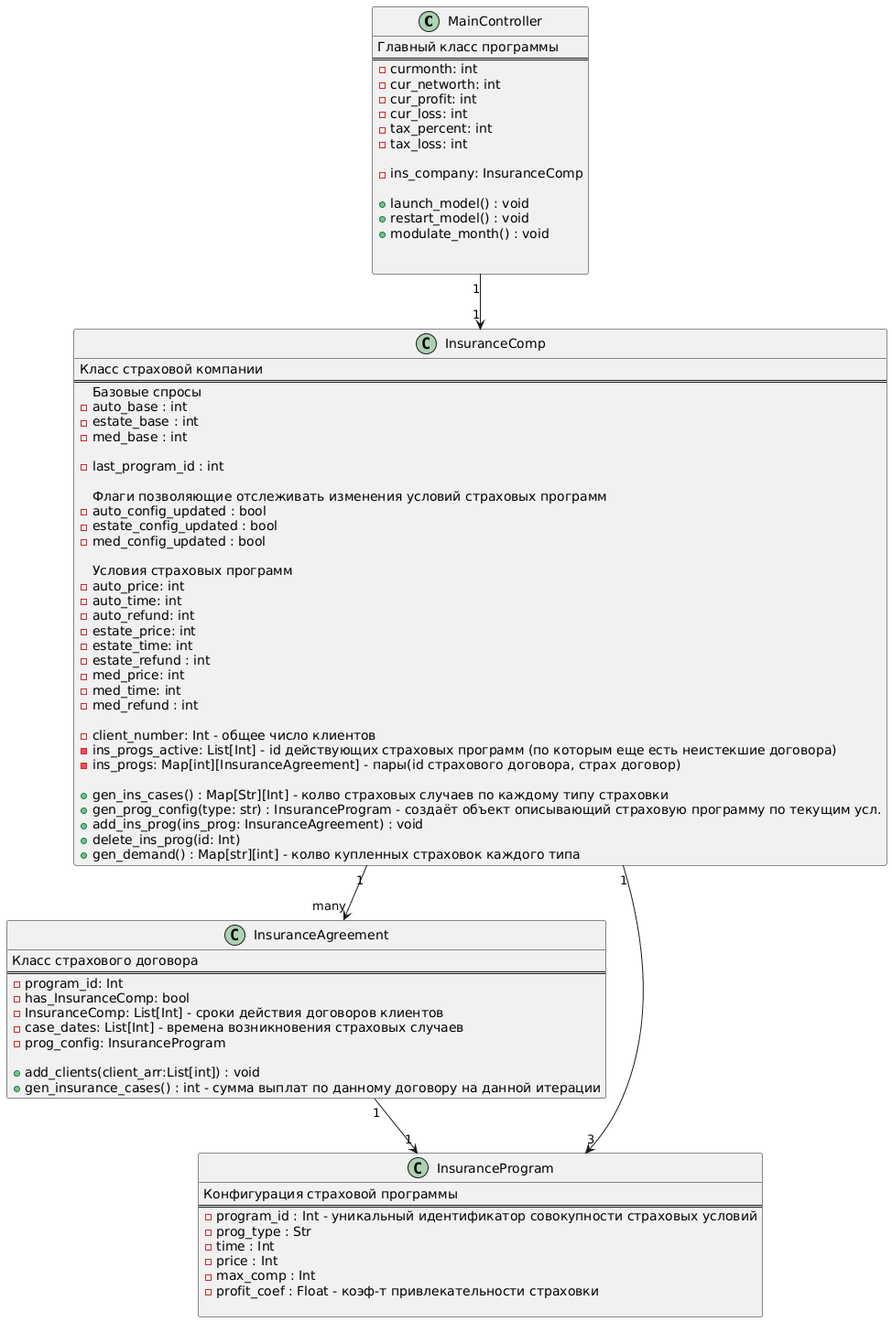
Earlier version of the PlantUML export diagram_image.png (grishchenkoalexey2004/prac_8th_term).
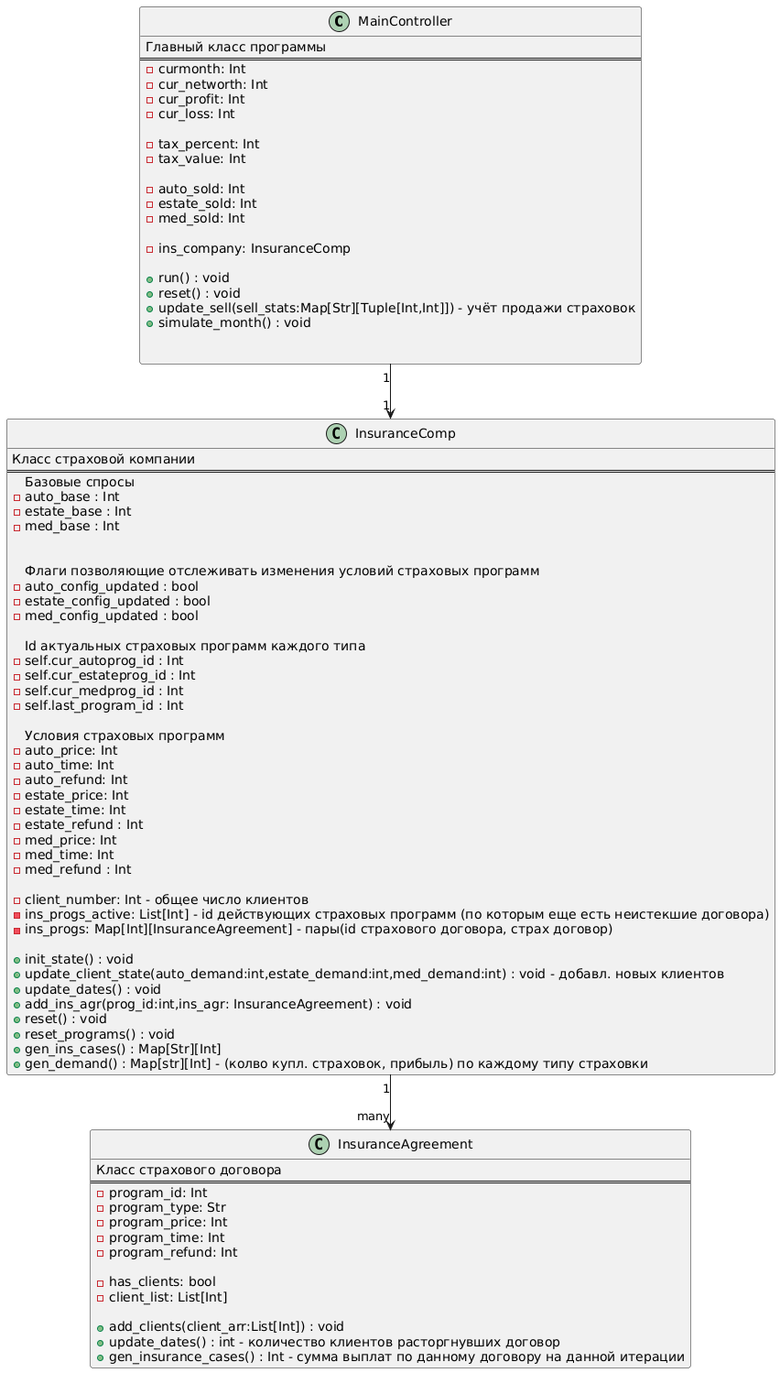
After the change.

Commit message:
Updated diagram code and screenshot

Diff of the diagram source:
```diff
@@ -2,18 +2,24 @@
 class MainController {
 Главный класс программы
 ==
-    - curmonth: int
-    - cur_networth: int
-    - cur_profit: int
-    - cur_loss: int
-    - tax_percent: int
-    - tax_loss: int
+    - curmonth: Int
+    - cur_networth: Int
+    - cur_profit: Int
+    - cur_loss: Int
+
+    - tax_percent: Int
+    - tax_value: Int
+
+    - auto_sold: Int
+    - estate_sold: Int
+    - med_sold: Int
 
     - ins_company: InsuranceComp
 
-    + launch_model() : void
-    + restart_model() : void
-    + modulate_month() : void
+    + run() : void
+    + reset() : void
+    + update_sell(sell_stats:Map[Str][Tuple[Int,Int]]) - учёт продажи страховок
+    + simulate_month() : void
 
 
 }
@@ -22,37 +28,45 @@
 Класс страховой компании
 ==
     Базовые спросы
-    - auto_base : int
-    - estate_base : int
-    - med_base : int
+    - auto_base : Int
+    - estate_base : Int
+    - med_base : Int
 
-    - last_program_id : int
 
     Флаги позволяющие отслеживать изменения условий страховых программ
     - auto_config_updated : bool
     - estate_config_updated : bool
     - med_config_updated : bool
 
+    Id актуальных страховых программ каждого типа
+    - self.cur_autoprog_id : Int
+    - self.cur_estateprog_id : Int
+    - self.cur_medprog_id : Int
+    - self.last_program_id : Int
+
     Условия страховых программ
-    - auto_price: int
-    - auto_time: int
-    - auto_refund: int
-    - estate_price: int
-    - estate_time: int
-    - estate_refund : int
-    - med_price: int
-    - med_time: int
-    - med_refund : int
+    - auto_price: Int
+    - auto_time: Int
+    - auto_refund: Int
+    - estate_price: Int
+    - estate_time: Int
+    - estate_refund : Int
+    - med_price: Int
+    - med_time: Int
+    - med_refund : Int
 
     - client_number: Int - общее число клиентов
     - ins_progs_active: List[Int] - id действующих страховых программ (по которым еще есть неистекшие договора)
-    - ins_progs: Map[int][InsuranceAgreement] - пары(id страхового договора, страх договор)
+    - ins_progs: Map[Int][InsuranceAgreement] - пары(id страхового договора, страх договор)
 
-    + gen_ins_cases() : Map[Str][Int] - колво страховых случаев по каждому типу страховки
-    + gen_prog_config(type: str) : InsuranceProgram - создаёт объект описывающий страховую программу по текущим усл.
-    + add_ins_prog(ins_prog: InsuranceAgreement) : void
-    + delete_ins_prog(id: Int)
-    + gen_demand() : Map[str][int] - колво купленных страховок каждого типа
+    + init_state() : void
+    + update_client_state(auto_demand:int,estate_demand:int,med_demand:int) : void - добавл. новых клиентов
+    + update_dates() : void
+    + add_ins_agr(prog_id:int,ins_agr: InsuranceAgreement) : void
+    + reset() : void
+    + reset_programs() : void
+    + gen_ins_cases() : Map[Str][Int]
+    + gen_demand() : Map[str][Int] - (колво купл. страховок, прибыль) по каждому типу страховки
 }
 
 
@@ -60,30 +74,19 @@
 Класс страхового договора
 ==
     - program_id: Int
-    - has_InsuranceComp: bool
-    - InsuranceComp: List[Int] - сроки действия договоров клиентов
-    - case_dates: List[Int] - времена возникновения страховых случаев
-    - prog_config: InsuranceProgram
+    - program_type: Str
+    - program_price: Int
+    - program_time: Int
+    - program_refund: Int
 
-    + add_clients(client_arr:List[int]) : void
-    + gen_insurance_cases() : int - сумма выплат по данному договору на данной итерации
-}
+    - has_clients: bool
+    - client_list: List[Int]
 
-
-class InsuranceProgram{
-Конфигурация страховой программы
-==
-    - program_id : Int - уникальный идентификатор совокупности страховых условий
-    - prog_type : Str
-    - time : Int
-    - price : Int
-    - max_comp : Int
-    - profit_coef : Float - коэф-т привлекательности страховки
-
+    + add_clients(client_arr:List[Int]) : void
+    + update_dates() : int - количество клиентов расторгнувших договор
+    + gen_insurance_cases() : Int - сумма выплат по данному договору на данной итерации
 }
 
 MainController "1" --> "1" InsuranceComp
 InsuranceComp "1" --> "many" InsuranceAgreement
-InsuranceComp "1" --> "3" InsuranceProgram
-InsuranceAgreement "1" --> "1" InsuranceProgram
 @enduml
```
